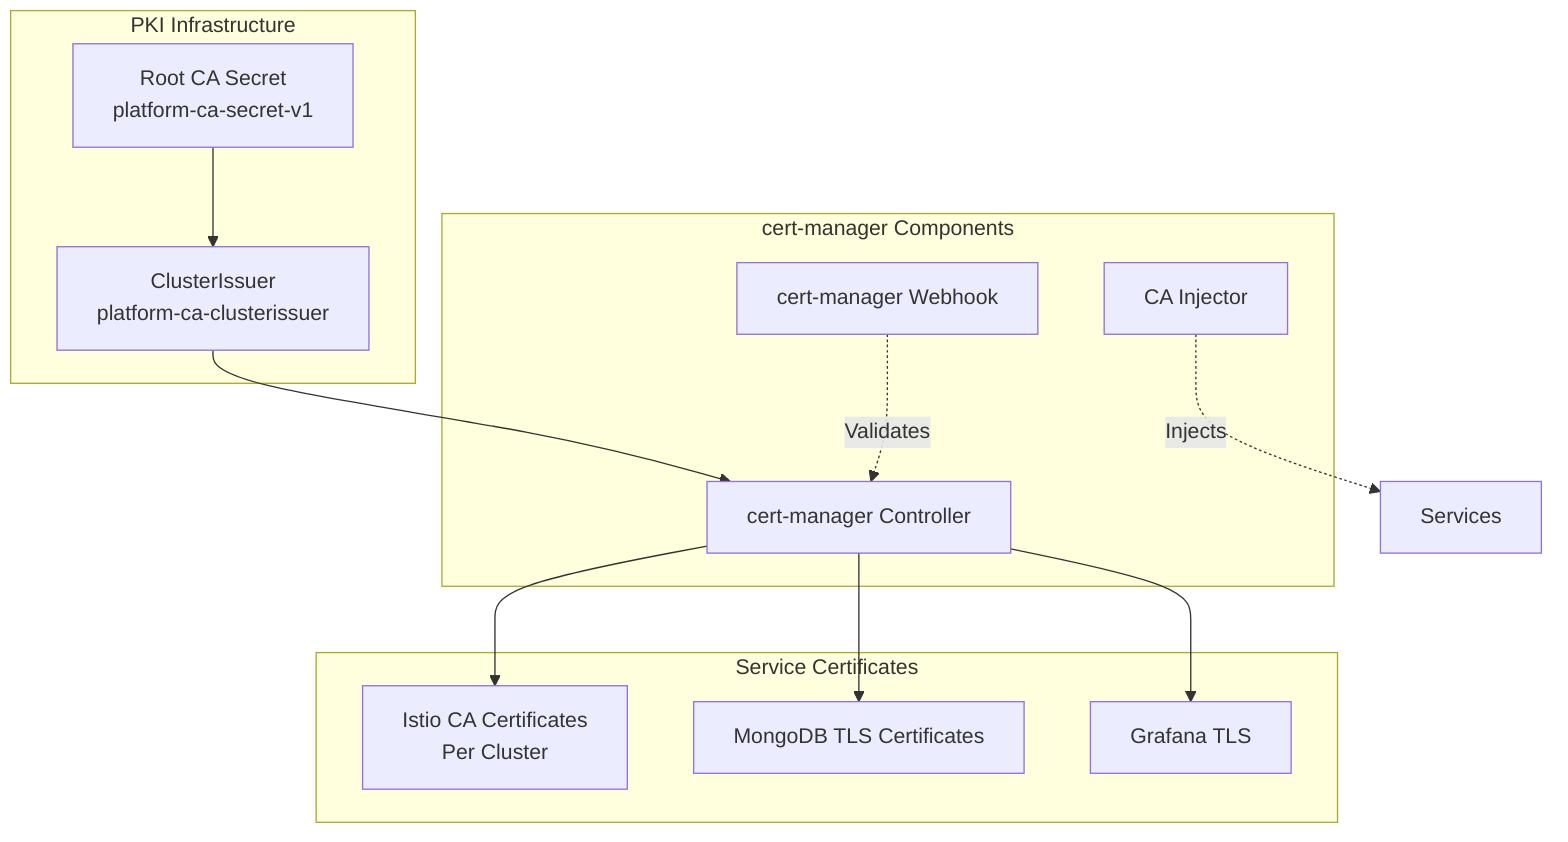
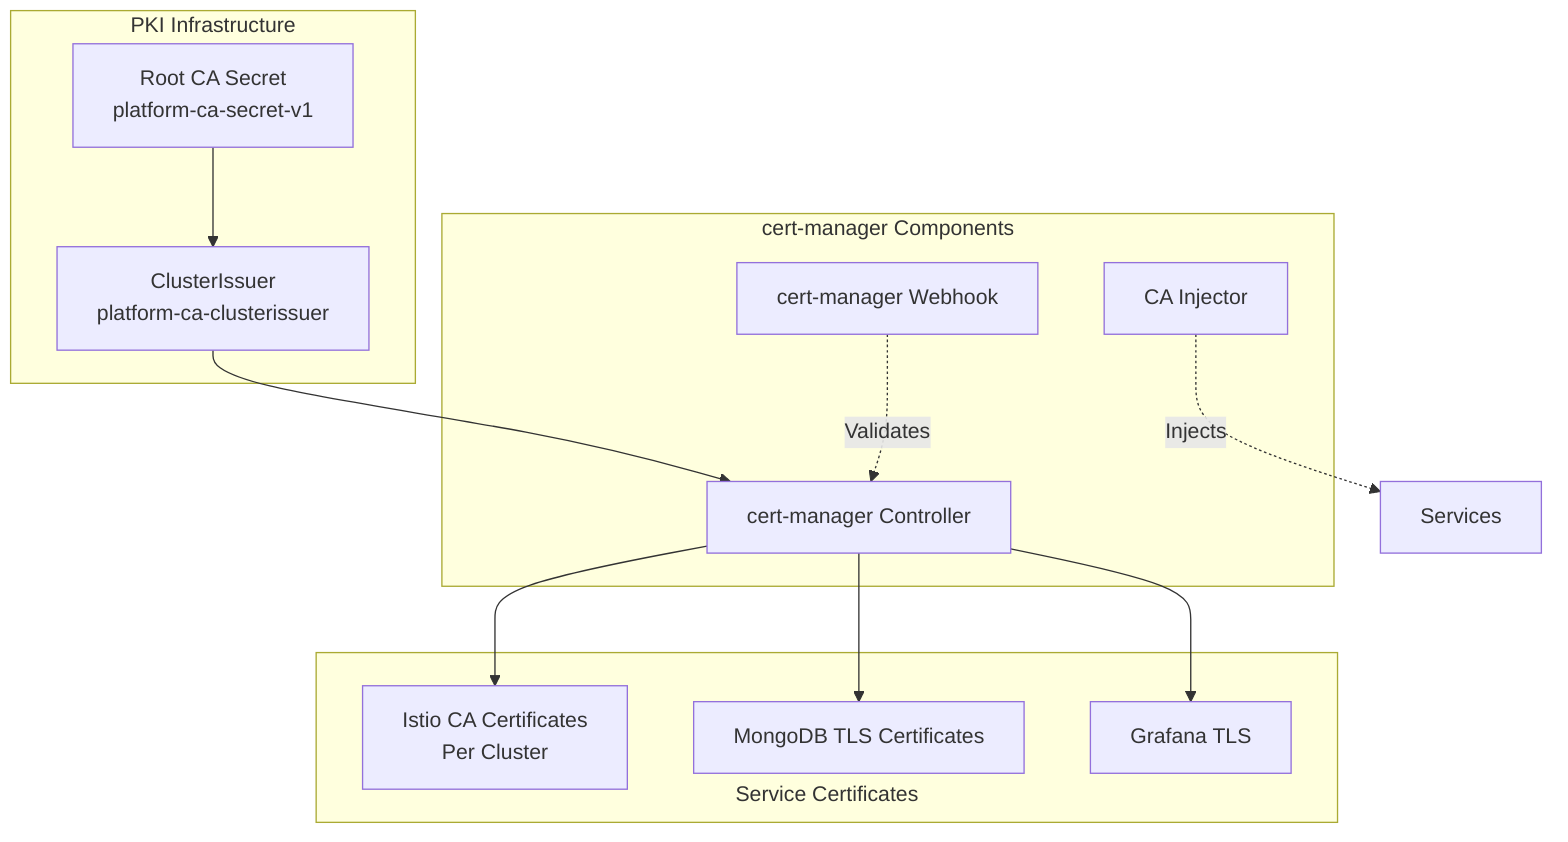
flowchart TB
    subgraph cluster_1_PKI["PKI Infrastructure"]
        RootCA["Root CA Secret<br/>platform-ca-secret-v1"]
        ClusterIssuer["ClusterIssuer<br/>platform-ca-clusterissuer"]
        RootCA["Root CA Secret<br/>platform-ca-secret-v1"]
        ClusterIssuer["ClusterIssuer<br/>platform-ca-clusterissuer"]
    end
    subgraph cluster_2_CertMgr["cert-manager Components"]
        Controller["cert-manager Controller"]
        Webhook["cert-manager Webhook"]
        CAInjector["CA Injector"]
        Controller["cert-manager Controller"]
        Webhook["cert-manager Webhook"]
        CAInjector["CA Injector"]
    end
-     subgraph cluster_3_Services["Service Certificates"]
+     subgraph cluster_3_Services["<br/><br/><br/><br/>Service Certificates"]
        IstioCerts["Istio CA Certificates<br/>Per Cluster"]
        MongoDBCerts["MongoDB TLS Certificates"]
        GrafanaCerts["Grafana TLS"]
        IstioCerts["Istio CA Certificates<br/>Per Cluster"]
        MongoDBCerts["MongoDB TLS Certificates"]
        GrafanaCerts["Grafana TLS"]
    end
    Services["Services"]
    RootCA --> ClusterIssuer
    ClusterIssuer --> Controller
    Controller --> IstioCerts
    Controller --> MongoDBCerts
    Controller --> GrafanaCerts
    Webhook -.Validates.-> Controller
    CAInjector -.Injects.-> Services
